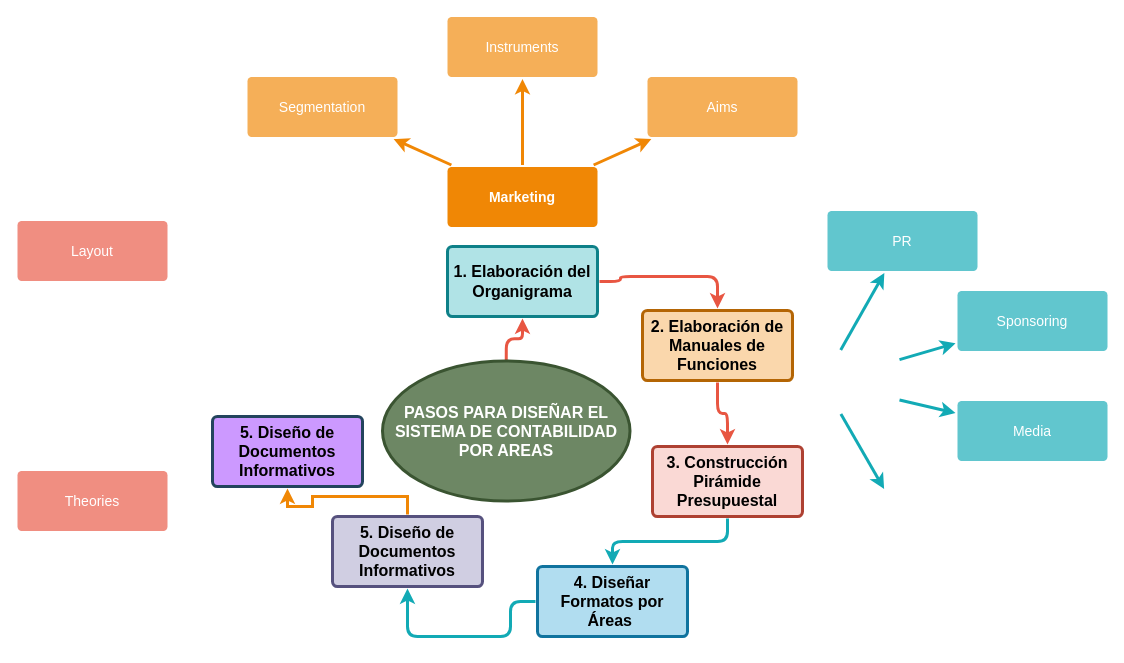
This is Untitled Diagram.drawio from BlackBidul/El-Lado-Oscuro, a draw.io file, before an edit. Source tidied: cells renumbered, new cells numbered last; positions are measured from the earlier drawing's top-left corner, leaving out a move shared by most shapes. Both pictures are drawn from the tidied source at 100%, with x=0, y=0 at pixel (17, 16).
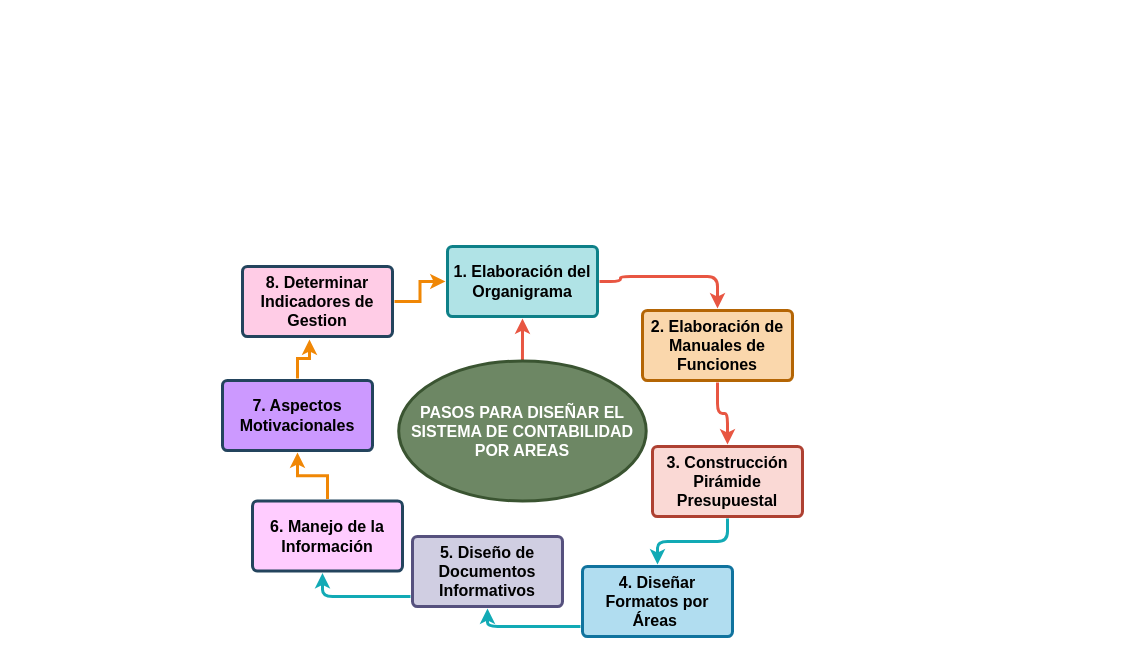
The same diagram, later.

The change refers to these unchanged cells:
```xml
<mxCell id="3" value="1. Elaboración del Organigrama" style="rounded=1;whiteSpace=wrap;html=1;shadow=0;labelBackgroundColor=none;strokeColor=#0e8088;strokeWidth=3;fillColor=#b0e3e6;fontFamily=Helvetica;fontSize=16;align=center;fontStyle=1;spacing=5;arcSize=7;perimeterSpacing=2;" parent="1" vertex="1">
  <mxGeometry x="430" y="230" width="150" height="70" as="geometry" />
</mxCell>
```

Change to the diagram source:
```diff
@@
-    <mxCell id="4" value="Theories" style="rounded=1;whiteSpace=wrap;html=1;shadow=0;labelBackgroundColor=none;strokeColor=none;strokeWidth=3;fillColor=#f08e81;fontFamily=Helvetica;fontSize=14;fontColor=#FFFFFF;align=center;spacing=5;fontStyle=0;arcSize=7;perimeterSpacing=2;" parent="1" vertex="1">
-      <mxGeometry y="454.5" width="150" height="60" as="geometry" />
-    </mxCell>
-    <mxCell id="5" value="Layout" style="rounded=1;whiteSpace=wrap;html=1;shadow=0;labelBackgroundColor=none;strokeColor=none;strokeWidth=3;fillColor=#f08e81;fontFamily=Helvetica;fontSize=14;fontColor=#FFFFFF;align=center;spacing=5;fontStyle=0;arcSize=7;perimeterSpacing=2;" parent="1" vertex="1">
-      <mxGeometry y="204.5" width="150" height="60" as="geometry" />
-    </mxCell>
-    <mxCell id="6" value="Marketing" style="rounded=1;whiteSpace=wrap;html=1;shadow=0;labelBackgroundColor=none;strokeColor=none;strokeWidth=3;fillColor=#F08705;fontFamily=Helvetica;fontSize=14;fontColor=#FFFFFF;align=center;spacing=5;fontStyle=1;arcSize=7;perimeterSpacing=2;" parent="1" vertex="1">
-      <mxGeometry x="430" y="150.5" width="150" height="60" as="geometry" />
-    </mxCell>
-    <mxCell id="7" value="Aims&lt;br&gt;" style="rounded=1;whiteSpace=wrap;html=1;shadow=0;labelBackgroundColor=none;strokeColor=none;strokeWidth=3;fillColor=#f5af58;fontFamily=Helvetica;fontSize=14;fontColor=#FFFFFF;align=center;spacing=5;arcSize=7;perimeterSpacing=2;" parent="1" vertex="1">
-      <mxGeometry x="630" y="60.5" width="150" height="60" as="geometry" />
-    </mxCell>
-    <mxCell id="8" style="edgeStyle=none;rounded=0;jumpStyle=none;html=1;shadow=0;labelBackgroundColor=none;startArrow=none;startFill=0;endArrow=classic;endFill=1;jettySize=auto;strokeColor=#F08705;strokeWidth=3;fontFamily=Helvetica;fontSize=14;fontColor=#FFFFFF;spacing=5;" parent="1" edge="1" source="6" target="7">
-      <mxGeometry relative="1" as="geometry" />
+    <mxCell id="8" style="edgeStyle=none;rounded=0;jumpStyle=none;html=1;shadow=0;labelBackgroundColor=none;startArrow=none;startFill=0;endArrow=classic;endFill=1;jettySize=auto;orthogonalLoop=1;strokeColor=#F08705;strokeWidth=3;fontFamily=Helvetica;fontSize=14;fontColor=#FFFFFF;spacing=5;" parent="1" edge="1">
+      <mxGeometry relative="1" as="geometry">
+        <mxPoint x="576.1" y="148.5" as="sourcePoint" />
+      </mxGeometry>
     </mxCell>
-    <mxCell id="9" value="Instruments" style="rounded=1;whiteSpace=wrap;html=1;shadow=0;labelBackgroundColor=none;strokeColor=none;strokeWidth=3;fillColor=#f5af58;fontFamily=Helvetica;fontSize=14;fontColor=#FFFFFF;align=center;spacing=5;arcSize=7;perimeterSpacing=2;" parent="1" vertex="1">
-      <mxGeometry x="430" y="0.5" width="150" height="60" as="geometry" />
-    </mxCell>
-    <mxCell id="10" style="edgeStyle=none;rounded=0;jumpStyle=none;html=1;shadow=0;labelBackgroundColor=none;startArrow=none;startFill=0;endArrow=classic;endFill=1;jettySize=auto;strokeColor=#F08705;strokeWidth=3;fontFamily=Helvetica;fontSize=14;fontColor=#FFFFFF;spacing=5;" parent="1" edge="1" source="6" target="9">
-      <mxGeometry relative="1" as="geometry" />
+    <mxCell id="10" style="edgeStyle=none;rounded=0;jumpStyle=none;html=1;shadow=0;labelBackgroundColor=none;startArrow=none;startFill=0;endArrow=classic;endFill=1;jettySize=auto;orthogonalLoop=1;strokeColor=#F08705;strokeWidth=3;fontFamily=Helvetica;fontSize=14;fontColor=#FFFFFF;spacing=5;" parent="1" edge="1">
+      <mxGeometry relative="1" as="geometry">
+        <mxPoint x="505" y="148.5" as="sourcePoint" />
+      </mxGeometry>
     </mxCell>
-    <mxCell id="11" value="Segmentation" style="rounded=1;whiteSpace=wrap;html=1;shadow=0;labelBackgroundColor=none;strokeColor=none;strokeWidth=3;fillColor=#f5af58;fontFamily=Helvetica;fontSize=14;fontColor=#FFFFFF;align=center;spacing=5;arcSize=7;perimeterSpacing=2;" parent="1" vertex="1">
-      <mxGeometry x="230" y="60.5" width="150" height="60" as="geometry" />
-    </mxCell>
-    <mxCell id="12" style="edgeStyle=none;rounded=0;jumpStyle=none;html=1;shadow=0;labelBackgroundColor=none;startArrow=none;startFill=0;endArrow=classic;endFill=1;jettySize=auto;strokeColor=#F08705;strokeWidth=3;fontFamily=Helvetica;fontSize=14;fontColor=#FFFFFF;spacing=5;" parent="1" edge="1" source="6" target="11">
-      <mxGeometry relative="1" as="geometry" />
+    <mxCell id="12" style="edgeStyle=none;rounded=0;jumpStyle=none;html=1;shadow=0;labelBackgroundColor=none;startArrow=none;startFill=0;endArrow=classic;endFill=1;jettySize=auto;orthogonalLoop=1;strokeColor=#F08705;strokeWidth=3;fontFamily=Helvetica;fontSize=14;fontColor=#FFFFFF;spacing=5;" parent="1" edge="1">
+      <mxGeometry relative="1" as="geometry">
+        <mxPoint x="433.9" y="148.5" as="sourcePoint" />
+      </mxGeometry>
     </mxCell>
-    <mxCell id="13" style="edgeStyle=none;rounded=1;jumpStyle=none;html=1;shadow=0;labelBackgroundColor=none;startArrow=none;startFill=0;jettySize=auto;orthogonalLoop=1;strokeColor=#12AAB5;strokeWidth=3;fontFamily=Helvetica;fontSize=14;fontColor=#FFFFFF;spacing=5;fontStyle=1;fillColor=#b0e3e6;" parent="1" edge="1">
-      <mxGeometry relative="1" as="geometry">
-        <mxPoint x="823.4" y="397.5" as="sourcePoint" />
-        <mxPoint x="866.6" y="472.5" as="targetPoint" />
-      </mxGeometry>
-    </mxCell>
-    <mxCell id="14" value="Media" style="rounded=1;whiteSpace=wrap;html=1;shadow=0;labelBackgroundColor=none;strokeColor=none;strokeWidth=3;fillColor=#61c6ce;fontFamily=Helvetica;fontSize=14;fontColor=#FFFFFF;align=center;spacing=5;fontStyle=0;arcSize=7;perimeterSpacing=2;" parent="1" vertex="1">
-      <mxGeometry x="940" y="384.5" width="150" height="60" as="geometry" />
-    </mxCell>
-    <mxCell id="15" style="edgeStyle=none;rounded=1;jumpStyle=none;html=1;shadow=0;labelBackgroundColor=none;startArrow=none;startFill=0;jettySize=auto;strokeColor=#12AAB5;strokeWidth=3;fontFamily=Helvetica;fontSize=14;fontColor=#FFFFFF;spacing=5;fontStyle=1;fillColor=#b0e3e6;" parent="1" edge="1" target="14">
-      <mxGeometry relative="1" as="geometry">
-        <mxPoint x="882" y="383.5" as="sourcePoint" />
-      </mxGeometry>
-    </mxCell>
-    <mxCell id="16" value="Sponsoring" style="rounded=1;whiteSpace=wrap;html=1;shadow=0;labelBackgroundColor=none;strokeColor=none;strokeWidth=3;fillColor=#61c6ce;fontFamily=Helvetica;fontSize=14;fontColor=#FFFFFF;align=center;spacing=5;fontStyle=0;arcSize=7;perimeterSpacing=2;" parent="1" vertex="1">
-      <mxGeometry x="940" y="274.5" width="150" height="60" as="geometry" />
-    </mxCell>
-    <mxCell id="17" style="edgeStyle=none;rounded=1;jumpStyle=none;html=1;shadow=0;labelBackgroundColor=none;startArrow=none;startFill=0;jettySize=auto;strokeColor=#12AAB5;strokeWidth=3;fontFamily=Helvetica;fontSize=14;fontColor=#FFFFFF;spacing=5;fontStyle=1;fillColor=#b0e3e6;" parent="1" edge="1" target="16">
-      <mxGeometry relative="1" as="geometry">
-        <mxPoint x="882" y="343.1" as="sourcePoint" />
-      </mxGeometry>
-    </mxCell>
-    <mxCell id="18" value="PR" style="rounded=1;whiteSpace=wrap;html=1;shadow=0;labelBackgroundColor=none;strokeColor=none;strokeWidth=3;fillColor=#61c6ce;fontFamily=Helvetica;fontSize=14;fontColor=#FFFFFF;align=center;spacing=5;fontStyle=0;arcSize=7;perimeterSpacing=2;" parent="1" vertex="1">
-      <mxGeometry x="810" y="194.5" width="150" height="60" as="geometry" />
-    </mxCell>
-    <mxCell id="19" style="edgeStyle=none;rounded=1;jumpStyle=none;html=1;shadow=0;labelBackgroundColor=none;startArrow=none;startFill=0;jettySize=auto;strokeColor=#12AAB5;strokeWidth=3;fontFamily=Helvetica;fontSize=14;fontColor=#FFFFFF;spacing=5;fontStyle=1;fillColor=#b0e3e6;" parent="1" edge="1" target="18">
-      <mxGeometry relative="1" as="geometry">
-        <mxPoint x="823.2" y="333.5" as="sourcePoint" />
-      </mxGeometry>
-    </mxCell>
@@
     <mxCell id="21" value="&lt;span&gt;PASOS PARA DISEÑAR EL SISTEMA DE CONTABILIDAD POR AREAS&lt;/span&gt;" style="ellipse;whiteSpace=wrap;html=1;fillColor=#6d8764;shadow=0;rounded=1;fontSize=16;fontStyle=1;strokeWidth=3;spacing=5;arcSize=7;strokeColor=#3A5431;fontColor=#ffffff;" parent="1" vertex="1">
-      <mxGeometry x="365" y="344.5" width="247.5" height="140" as="geometry" />
+      <mxGeometry x="381.2" y="344.5" width="247.5" height="140" as="geometry" />
     </mxCell>
@@
     <mxCell id="26" style="edgeStyle=orthogonalEdgeStyle;rounded=1;jettySize=auto;html=1;entryX=0.5;entryY=1;entryDx=0;entryDy=0;shadow=0;fontSize=14;fontColor=#FFFFFF;fontStyle=1;strokeColor=#12AAB5;strokeWidth=3;fillColor=#b0e3e6;labelBackgroundColor=none;spacing=5;startFill=0;" parent="1" edge="1" source="27" target="29">
       <mxGeometry relative="1" as="geometry">
         <Array as="points">
-          <mxPoint x="493" y="585" />
-          <mxPoint x="493" y="620" />
-          <mxPoint x="390" y="620" />
+          <mxPoint x="470" y="610" />
         </Array>
       </mxGeometry>
     </mxCell>
     <mxCell id="27" value="4. Diseñar Formatos por Áreas&amp;nbsp;" style="rounded=1;whiteSpace=wrap;html=1;shadow=0;labelBackgroundColor=none;strokeColor=#10739e;strokeWidth=3;fillColor=#b1ddf0;fontFamily=Helvetica;fontSize=16;align=center;fontStyle=1;spacing=5;arcSize=7;perimeterSpacing=2;" parent="1" vertex="1">
-      <mxGeometry x="520" y="550" width="150" height="70" as="geometry" />
+      <mxGeometry x="565" y="550" width="150" height="70" as="geometry" />
     </mxCell>
-    <mxCell id="28" style="edgeStyle=orthogonalEdgeStyle;rounded=0;jettySize=auto;html=1;shadow=0;fontSize=14;fontColor=#FFFFFF;strokeColor=#F08705;strokeWidth=3;labelBackgroundColor=none;spacing=5;endFill=1;startFill=0;" parent="1" edge="1" source="29" target="30">
-      <mxGeometry relative="1" as="geometry" />
+    <mxCell id="28" style="edgeStyle=orthogonalEdgeStyle;rounded=1;jettySize=auto;html=1;shadow=0;fontSize=14;fontColor=#FFFFFF;strokeColor=#12AAB5;strokeWidth=3;labelBackgroundColor=none;spacing=5;startFill=0;fontStyle=1;fillColor=#b0e3e6;" parent="1" edge="1" source="29" target="30">
+      <mxGeometry relative="1" as="geometry">
+        <Array as="points">
+          <mxPoint x="305" y="580" />
+        </Array>
+      </mxGeometry>
     </mxCell>
     <mxCell id="29" value="5. Diseño de Documentos Informativos" style="rounded=1;whiteSpace=wrap;html=1;shadow=0;labelBackgroundColor=none;strokeColor=#56517e;strokeWidth=3;fillColor=#d0cee2;fontFamily=Helvetica;fontSize=16;align=center;fontStyle=1;spacing=5;arcSize=7;perimeterSpacing=2;" parent="1" vertex="1">
-      <mxGeometry x="315" y="500" width="150" height="70" as="geometry" />
+      <mxGeometry x="395" y="520" width="150" height="70" as="geometry" />
     </mxCell>
+    <mxCell id="31" style="edgeStyle=orthogonalEdgeStyle;rounded=0;jettySize=auto;html=1;entryX=0.5;entryY=1;entryDx=0;entryDy=0;shadow=0;fontSize=14;fontColor=#FFFFFF;strokeColor=#F08705;strokeWidth=3;labelBackgroundColor=none;spacing=5;endFill=1;startFill=0;" parent="1" edge="1" source="30" target="33">
+      <mxGeometry relative="1" as="geometry" />
+    </mxCell>
-    <mxCell id="30" value="5. Diseño de Documentos Informativos" style="rounded=1;whiteSpace=wrap;html=1;shadow=0;labelBackgroundColor=none;strokeColor=#23445d;strokeWidth=3;fontFamily=Helvetica;fontSize=16;align=center;fontStyle=1;spacing=5;arcSize=7;perimeterSpacing=2;fillColor=#CC99FF;" parent="1" vertex="1">
-      <mxGeometry x="195" y="400" width="150" height="70" as="geometry" />
+    <mxCell id="30" value="6. Manejo de la Información" style="rounded=1;whiteSpace=wrap;html=1;shadow=0;labelBackgroundColor=none;strokeColor=#23445d;strokeWidth=3;fontFamily=Helvetica;fontSize=16;align=center;fontStyle=1;spacing=5;arcSize=7;perimeterSpacing=2;fillColor=#FFCCFF;" parent="1" vertex="1">
+      <mxGeometry x="235" y="484.5" width="150" height="70" as="geometry" />
     </mxCell>
+    <mxCell id="32" style="edgeStyle=orthogonalEdgeStyle;rounded=0;jettySize=auto;html=1;entryX=0.448;entryY=1.014;entryDx=0;entryDy=0;entryPerimeter=0;shadow=0;fontSize=14;fontColor=#FFFFFF;strokeColor=#F08705;strokeWidth=3;labelBackgroundColor=none;spacing=5;endFill=1;startFill=0;" parent="1" edge="1" source="33" target="35">
+      <mxGeometry relative="1" as="geometry" />
+    </mxCell>
+    <mxCell id="33" value="7. Aspectos Motivacionales" style="rounded=1;whiteSpace=wrap;html=1;shadow=0;labelBackgroundColor=none;strokeColor=#23445d;strokeWidth=3;fontFamily=Helvetica;fontSize=16;align=center;fontStyle=1;spacing=5;arcSize=7;perimeterSpacing=2;fillColor=#CC99FF;" parent="1" vertex="1">
+      <mxGeometry x="205" y="364" width="150" height="70" as="geometry" />
+    </mxCell>
+    <mxCell id="34" style="edgeStyle=orthogonalEdgeStyle;rounded=0;jettySize=auto;html=1;entryX=0;entryY=0.5;entryDx=0;entryDy=0;shadow=0;fontSize=14;fontColor=#FFFFFF;strokeColor=#F08705;strokeWidth=3;labelBackgroundColor=none;spacing=5;endFill=1;startFill=0;" parent="1" edge="1" source="35" target="3">
+      <mxGeometry relative="1" as="geometry" />
+    </mxCell>
+    <mxCell id="35" value="8. Determinar Indicadores de Gestion" style="rounded=1;whiteSpace=wrap;html=1;shadow=0;labelBackgroundColor=none;strokeColor=#23445d;strokeWidth=3;fontFamily=Helvetica;fontSize=16;align=center;fontStyle=1;spacing=5;arcSize=7;perimeterSpacing=2;fillColor=#FFCCE6;" parent="1" vertex="1">
+      <mxGeometry x="225" y="250" width="150" height="70" as="geometry" />
+    </mxCell>
```
